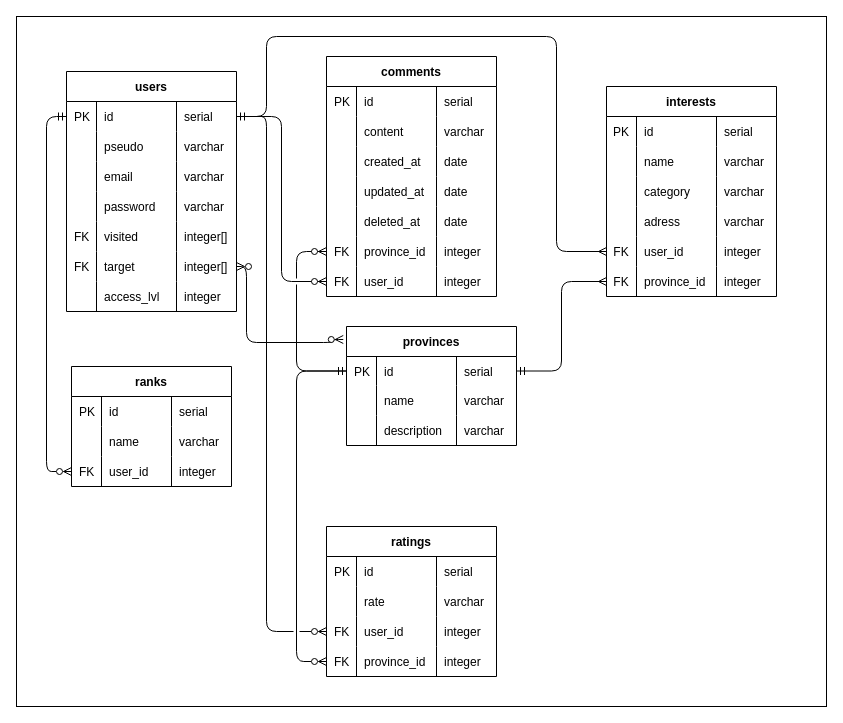
Above: conception/ERD.drawio in kevinbatard/japan_back (draw.io), before the change. Source tidied: cells renumbered, new cells numbered last; positions are measured from the earlier drawing's top-left corner, leaving out a move shared by most shapes. Both pictures are drawn from the tidied source at 100%, with x=0, y=0 at pixel (16, 16).
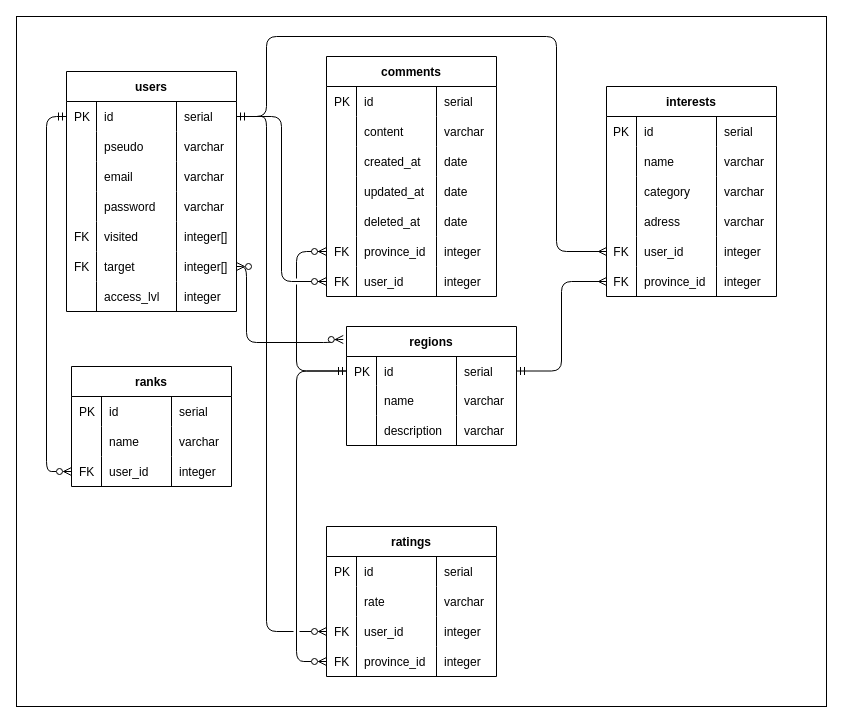
The same page after the edit.

What changed in the source:
```diff
@@
-    <mxCell id="32" value="provinces" style="shape=table;startSize=30;childLayout=tableLayout;rowLines=0;fontStyle=1;align=center;" parent="1" vertex="1">
+    <mxCell id="32" value="regions" style="shape=table;startSize=30;childLayout=tableLayout;rowLines=0;fontStyle=1;align=center;" parent="1" vertex="1">
       <mxGeometry x="330" y="310" width="170" height="119" as="geometry" />
     </mxCell>
```
